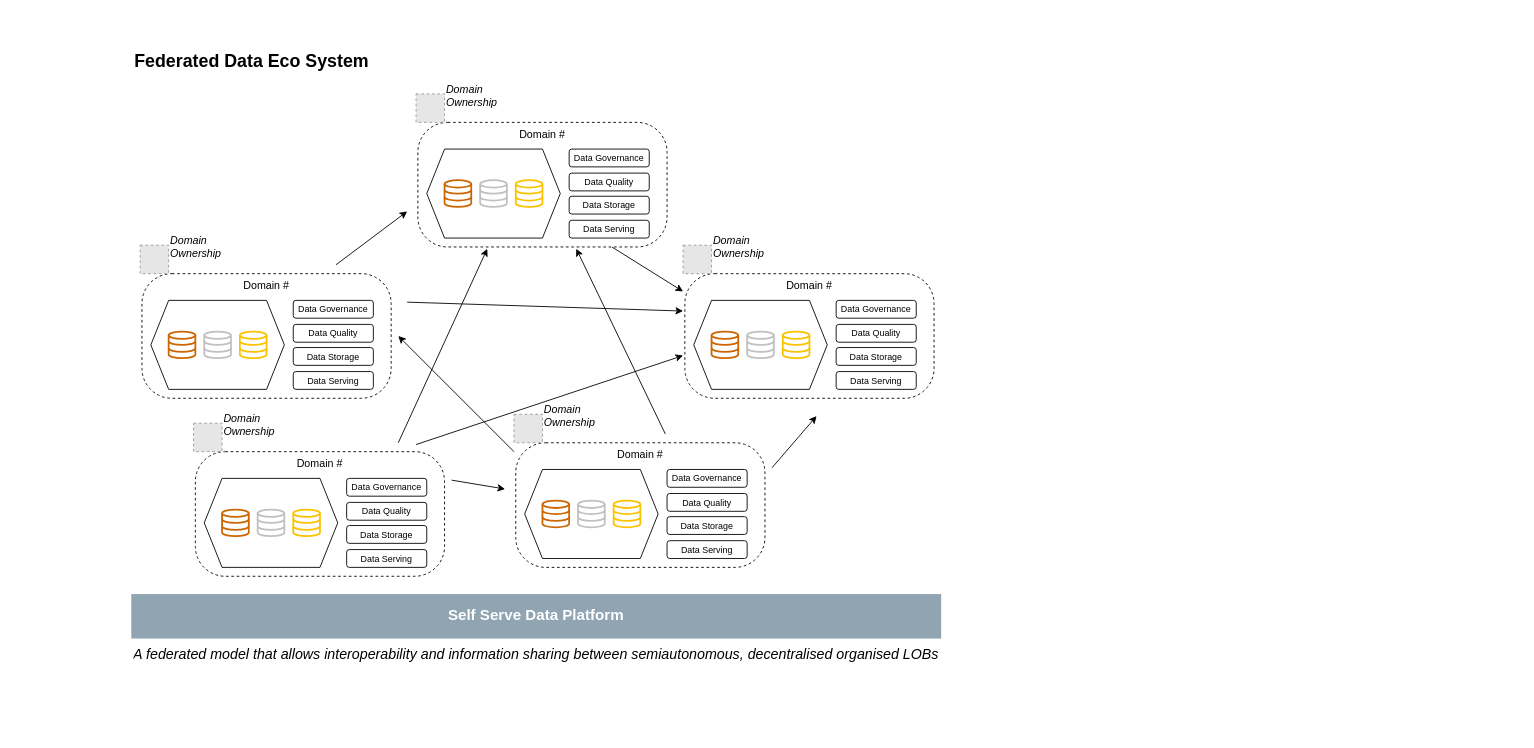
Earlier version of the draw.io diagram page "Federated Data" (2 of 5) of Databricks.drawio (juliandicker/drawio). Source tidied: cells renumbered, new cells numbered last; positions are measured from the earlier drawing's top-left corner, leaving out a move shared by most shapes. Both pictures are drawn from the tidied source at 89%, with x=0, y=0 at pixel (131, 42). Pictures stored in the file or linked from it are replaced by grey dashed boxes.
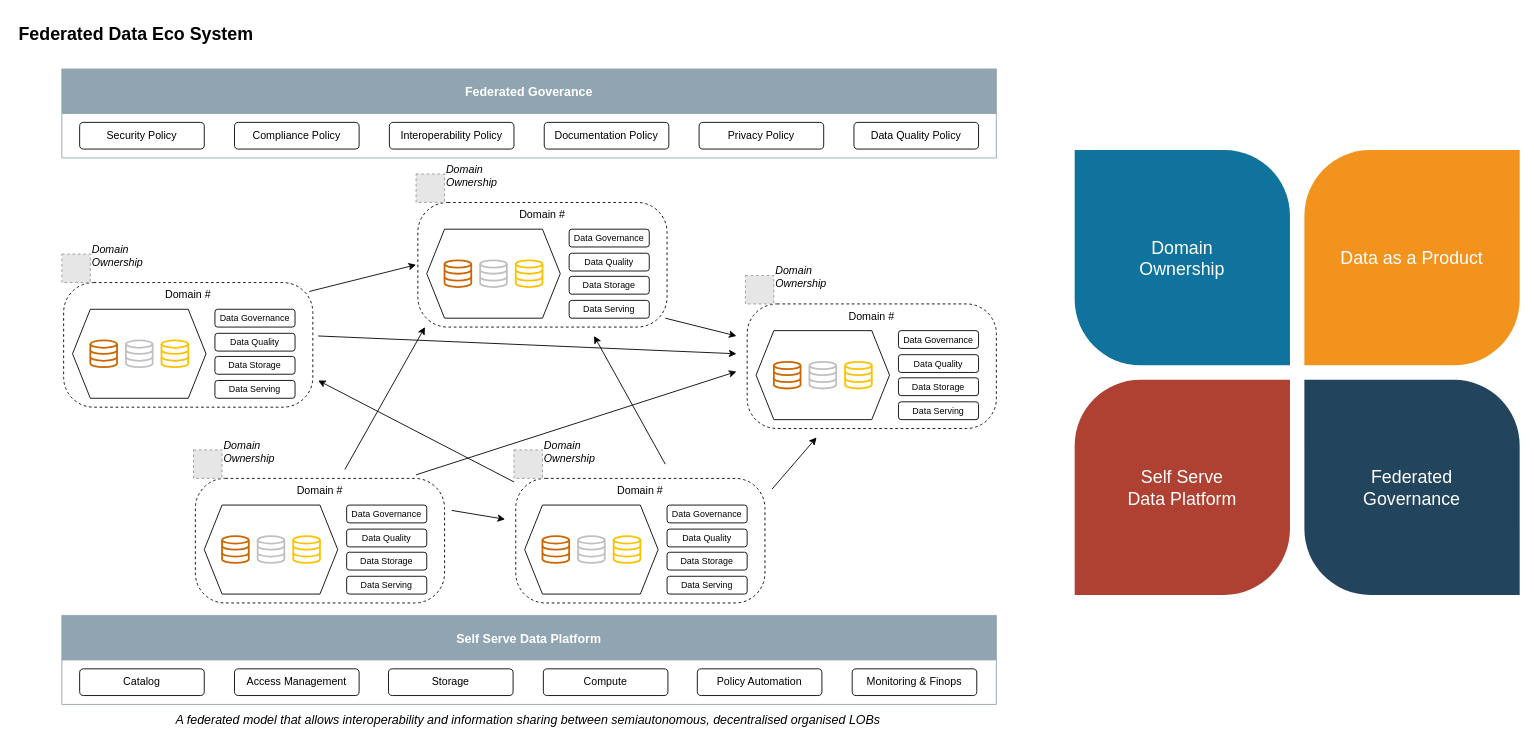
Above is the later version.

The edit, as a diff of the source:
```diff
@@
+    <mxCell id="74" style="group;fontSize=20;labelBackgroundColor=default;" parent="1" vertex="1">
+      <mxGeometry x="1060" y="121" width="500" height="500" as="geometry" />
+    </mxCell>
+    <mxCell id="75" value="Data as a Product" style="shape=mxgraph.basic.diag_round_rect;dx=37;html=1;fillColor=#F2931E;strokeColor=none;shadow=0;fontSize=20;fontColor=#FFFFFF;align=center;fontStyle=0;whiteSpace=wrap;strokeWidth=8;" parent="74" vertex="1">
+      <mxGeometry x="258.1" width="241.9" height="241.9" as="geometry" />
+    </mxCell>
+    <mxCell id="76" value="Federated&lt;br&gt;Governance" style="shape=mxgraph.basic.diag_round_rect;dx=37;flipV=1;html=1;fillColor=#23445D;strokeColor=none;shadow=0;fontSize=20;fontColor=#FFFFFF;align=center;fontStyle=0;whiteSpace=wrap;strokeWidth=8;" parent="74" vertex="1">
+      <mxGeometry x="258.1" y="258.1" width="241.9" height="241.9" as="geometry" />
+    </mxCell>
+    <mxCell id="77" value="Self Serve&lt;br&gt;Data Platform" style="shape=mxgraph.basic.diag_round_rect;dx=37;flipH=1;flipV=1;html=1;fillColor=#AE4132;strokeColor=none;shadow=0;fontSize=20;fontColor=#FFFFFF;align=center;fontStyle=0;whiteSpace=wrap;strokeWidth=8;" parent="74" vertex="1">
+      <mxGeometry y="258.1" width="241.9" height="241.9" as="geometry" />
+    </mxCell>
+    <mxCell id="78" value="Domain&lt;br&gt;Ownership" style="shape=mxgraph.basic.diag_round_rect;dx=37;flipH=1;html=1;fillColor=#10739E;strokeColor=none;shadow=0;fontSize=20;fontColor=#FFFFFF;align=center;fontStyle=0;whiteSpace=wrap;strokeWidth=8;" parent="74" vertex="1">
+      <mxGeometry width="241.9" height="241.9" as="geometry" />
+    </mxCell>
     <mxCell id="2" style="endArrow=classic;html=1;rounded=0;" parent="1" edge="1">
       <mxGeometry relative="1" as="geometry">
-        <mxPoint x="600" y="440" as="sourcePoint" />
-        <mxPoint x="500" y="232" as="targetPoint" />
+        <mxPoint x="600" y="474" as="sourcePoint" />
+        <mxPoint x="520" y="330" as="targetPoint" />
       </mxGeometry>
     </mxCell>
     <mxCell id="3" style="endArrow=classic;html=1;rounded=0;" parent="1" edge="1">
       <mxGeometry relative="1" as="geometry">
-        <mxPoint x="430" y="460" as="sourcePoint" />
-        <mxPoint x="300" y="330" as="targetPoint" />
+        <mxPoint x="430" y="494" as="sourcePoint" />
+        <mxPoint x="210" y="380" as="targetPoint" />
       </mxGeometry>
     </mxCell>
     <mxCell id="4" style="endArrow=classic;html=1;rounded=0;" parent="1" edge="1">
       <mxGeometry relative="1" as="geometry">
-        <mxPoint x="300" y="450" as="sourcePoint" />
-        <mxPoint x="400" y="232" as="targetPoint" />
+        <mxPoint x="240" y="480" as="sourcePoint" />
+        <mxPoint x="330" y="320" as="targetPoint" />
       </mxGeometry>
     </mxCell>
     <mxCell id="5" style="endArrow=classic;html=1;rounded=0;" parent="1" edge="1">
       <mxGeometry relative="1" as="geometry">
-        <mxPoint x="310" y="292" as="sourcePoint" />
-        <mxPoint x="620" y="302" as="targetPoint" />
+        <mxPoint x="210" y="330" as="sourcePoint" />
+        <mxPoint x="680" y="350" as="targetPoint" />
       </mxGeometry>
     </mxCell>
     <mxCell id="6" style="endArrow=classic;html=1;rounded=0;" parent="1" edge="1">
       <mxGeometry relative="1" as="geometry">
-        <mxPoint x="320" y="452" as="sourcePoint" />
-        <mxPoint x="620" y="352" as="targetPoint" />
+        <mxPoint x="320" y="486" as="sourcePoint" />
+        <mxPoint x="680" y="370" as="targetPoint" />
       </mxGeometry>
     </mxCell>
     <mxCell id="7" style="endArrow=classic;html=1;rounded=0;" parent="1" edge="1">
       <mxGeometry relative="1" as="geometry">
-        <mxPoint x="360" y="492" as="sourcePoint" />
-        <mxPoint x="420" y="502" as="targetPoint" />
+        <mxPoint x="360" y="526" as="sourcePoint" />
+        <mxPoint x="420" y="536" as="targetPoint" />
       </mxGeometry>
     </mxCell>
     <mxCell id="8" style="endArrow=classic;html=1;rounded=0;exitX=1;exitY=0;exitDx=0;exitDy=0;" parent="1" edge="1">
       <mxGeometry relative="1" as="geometry">
-        <mxPoint x="720" y="478" as="sourcePoint" />
-        <mxPoint x="770" y="420" as="targetPoint" />
+        <mxPoint x="720" y="502" as="sourcePoint" />
+        <mxPoint x="770" y="444" as="targetPoint" />
       </mxGeometry>
     </mxCell>
     <mxCell id="9" style="endArrow=classic;html=1;rounded=0;" parent="1" edge="1">
       <mxGeometry relative="1" as="geometry">
-        <mxPoint x="540" y="230" as="sourcePoint" />
-        <mxPoint x="620" y="280" as="targetPoint" />
+        <mxPoint x="600" y="310" as="sourcePoint" />
+        <mxPoint x="680" y="330" as="targetPoint" />
       </mxGeometry>
     </mxCell>
     <mxCell id="10" style="endArrow=classic;html=1;rounded=0;" parent="1" edge="1">
       <mxGeometry relative="1" as="geometry">
-        <mxPoint x="230" y="250" as="sourcePoint" />
-        <mxPoint x="310" y="190" as="targetPoint" />
+        <mxPoint x="200" y="280" as="sourcePoint" />
+        <mxPoint x="320" y="250" as="targetPoint" />
       </mxGeometry>
     </mxCell>
-    <mxCell id="11" value="Self Serve Data Platform" style="rounded=0;whiteSpace=wrap;html=1;fillColor=#90A5B1;fontColor=#FFFFFF;fontStyle=1;fontSize=17;strokeColor=none;" parent="1" vertex="1">
-      <mxGeometry y="620" width="910" height="50" as="geometry" />
-    </mxCell>
     <mxCell id="12" value="Federated Data Eco System" style="text;html=1;align=center;verticalAlign=middle;strokeColor=none;fillColor=none;fontStyle=1;fontSize=20;" parent="1" vertex="1">
-      <mxGeometry width="270" height="40" as="geometry" />
+      <mxGeometry x="-130" y="-30" width="270" height="40" as="geometry" />
     </mxCell>
-    <mxCell id="13" value="&lt;h1 style=&quot;margin-top: 0px;&quot;&gt;&lt;span style=&quot;line-height: 50%; font-weight: normal;&quot;&gt;&lt;font style=&quot;font-size: 16px;&quot;&gt;A federated model that allows interoperability and information sharing between semiautonomous, decentralised organised LOBs&lt;/font&gt;&lt;/span&gt;&lt;/h1&gt;" style="text;html=1;whiteSpace=wrap;overflow=hidden;rounded=0;fontStyle=2;fontSize=9;align=center;" parent="1" vertex="1">
-      <mxGeometry y="670" width="910" height="50" as="geometry" />
+    <mxCell id="13" value="&lt;h1 style=&quot;margin-top: 0px;&quot;&gt;&lt;span style=&quot;line-height: 50%; font-weight: normal;&quot;&gt;&lt;font style=&quot;font-size: 14px;&quot;&gt;A federated model that allows interoperability and information sharing between semiautonomous, decentralised organised LOBs&lt;/font&gt;&lt;/span&gt;&lt;/h1&gt;" style="text;html=1;whiteSpace=wrap;overflow=hidden;rounded=0;fontStyle=2;fontSize=9;align=center;" parent="1" vertex="1">
+      <mxGeometry x="-78" y="744" width="1048" height="30" as="geometry" />
     </mxCell>
     <mxCell id="14" style="group;" parent="1" vertex="1">
-      <mxGeometry x="320" y="40" width="282" height="190" as="geometry" />
+      <mxGeometry x="320" y="130" width="282" height="190" as="geometry" />
     </mxCell>
-    <mxCell id="15" value="Domain #" style="rounded=1;whiteSpace=wrap;html=1;dashed=1;arcSize=24;verticalAlign=top;" parent="14" vertex="1">
+    <mxCell id="15" value="Domain #" style="rounded=1;whiteSpace=wrap;html=1;dashed=1;arcSize=24;verticalAlign=top;fillColor=none;" parent="14" vertex="1">
       <mxGeometry x="2" y="50" width="280" height="140" as="geometry" />
     </mxCell>
-    <mxCell id="16" style="shape=hexagon;perimeter=hexagonPerimeter2;whiteSpace=wrap;html=1;fixedSize=1;verticalAlign=top;" parent="14" vertex="1">
+    <mxCell id="16" style="shape=hexagon;perimeter=hexagonPerimeter2;whiteSpace=wrap;html=1;fixedSize=1;verticalAlign=top;fillColor=none;" parent="14" vertex="1">
       <mxGeometry x="12" y="80" width="150" height="100" as="geometry" />
     </mxCell>
@@
-    <mxCell id="20" value="Data Governance" style="rounded=1;whiteSpace=wrap;html=1;fontSize=10;" parent="14" vertex="1">
+    <mxCell id="20" value="Data Governance" style="rounded=1;whiteSpace=wrap;html=1;fontSize=10;fillColor=none;" parent="14" vertex="1">
       <mxGeometry x="172" y="80" width="90" height="20" as="geometry" />
     </mxCell>
-    <mxCell id="21" value="Data Quality" style="rounded=1;whiteSpace=wrap;html=1;fontSize=10;" parent="14" vertex="1">
+    <mxCell id="21" value="Data Quality" style="rounded=1;whiteSpace=wrap;html=1;fontSize=10;fillColor=none;" parent="14" vertex="1">
       <mxGeometry x="172" y="107" width="90" height="20" as="geometry" />
     </mxCell>
-    <mxCell id="22" value="Data Storage" style="rounded=1;whiteSpace=wrap;html=1;fontSize=10;" parent="14" vertex="1">
+    <mxCell id="22" value="Data Storage" style="rounded=1;whiteSpace=wrap;html=1;fontSize=10;fillColor=none;" parent="14" vertex="1">
       <mxGeometry x="172" y="133" width="90" height="20" as="geometry" />
     </mxCell>
-    <mxCell id="23" value="Data Serving" style="rounded=1;whiteSpace=wrap;html=1;fontSize=10;" parent="14" vertex="1">
+    <mxCell id="23" value="Data Serving" style="rounded=1;whiteSpace=wrap;html=1;fontSize=10;fillColor=none;" parent="14" vertex="1">
       <mxGeometry x="172" y="160" width="90" height="20" as="geometry" />
     </mxCell>
@@
     <mxCell id="26" style="group;" parent="1" vertex="1">
-      <mxGeometry x="620" y="210" width="282" height="190" as="geometry" />
+      <mxGeometry x="690" y="244" width="282" height="325" as="geometry" />
     </mxCell>
-    <mxCell id="27" value="Domain #" style="rounded=1;whiteSpace=wrap;html=1;dashed=1;arcSize=24;verticalAlign=top;" parent="26" vertex="1">
+    <mxCell id="27" value="Domain #" style="rounded=1;whiteSpace=wrap;html=1;dashed=1;arcSize=24;verticalAlign=top;fillColor=none;" parent="26" vertex="1">
       <mxGeometry x="2" y="50" width="280" height="140" as="geometry" />
     </mxCell>
-    <mxCell id="28" style="shape=hexagon;perimeter=hexagonPerimeter2;whiteSpace=wrap;html=1;fixedSize=1;verticalAlign=top;" parent="26" vertex="1">
+    <mxCell id="28" style="shape=hexagon;perimeter=hexagonPerimeter2;whiteSpace=wrap;html=1;fixedSize=1;verticalAlign=top;fillColor=none;" parent="26" vertex="1">
       <mxGeometry x="12" y="80" width="150" height="100" as="geometry" />
     </mxCell>
@@
-    <mxCell id="32" value="Data Governance" style="rounded=1;whiteSpace=wrap;html=1;fontSize=10;" parent="26" vertex="1">
+    <mxCell id="32" value="Data Governance" style="rounded=1;whiteSpace=wrap;html=1;fontSize=10;fillColor=none;" parent="26" vertex="1">
       <mxGeometry x="172" y="80" width="90" height="20" as="geometry" />
     </mxCell>
@@
-    <mxCell id="34" value="Data Storage" style="rounded=1;whiteSpace=wrap;html=1;fontSize=10;" parent="26" vertex="1">
+    <mxCell id="34" value="Data Storage" style="rounded=1;whiteSpace=wrap;html=1;fontSize=10;fillColor=none;" parent="26" vertex="1">
       <mxGeometry x="172" y="133" width="90" height="20" as="geometry" />
     </mxCell>
-    <mxCell id="35" value="Data Serving" style="rounded=1;whiteSpace=wrap;html=1;fontSize=10;" parent="26" vertex="1">
+    <mxCell id="35" value="Data Serving" style="rounded=1;whiteSpace=wrap;html=1;fontSize=10;fillColor=none;" parent="26" vertex="1">
       <mxGeometry x="172" y="160" width="90" height="20" as="geometry" />
     </mxCell>
@@
     <mxCell id="38" style="group;" parent="1" vertex="1">
-      <mxGeometry x="10" y="210" width="282" height="190" as="geometry" />
+      <mxGeometry x="-78" y="220" width="282" height="190" as="geometry" />
     </mxCell>
-    <mxCell id="39" value="Domain #" style="rounded=1;whiteSpace=wrap;html=1;dashed=1;arcSize=24;verticalAlign=top;" parent="38" vertex="1">
+    <mxCell id="39" value="Domain #" style="rounded=1;whiteSpace=wrap;html=1;dashed=1;arcSize=24;verticalAlign=top;fillColor=none;" parent="38" vertex="1">
       <mxGeometry x="2" y="50" width="280" height="140" as="geometry" />
     </mxCell>
-    <mxCell id="40" style="shape=hexagon;perimeter=hexagonPerimeter2;whiteSpace=wrap;html=1;fixedSize=1;verticalAlign=top;" parent="38" vertex="1">
+    <mxCell id="40" style="shape=hexagon;perimeter=hexagonPerimeter2;whiteSpace=wrap;html=1;fixedSize=1;verticalAlign=top;fillColor=none;" parent="38" vertex="1">
       <mxGeometry x="12" y="80" width="150" height="100" as="geometry" />
     </mxCell>
@@
-    <mxCell id="44" value="Data Governance" style="rounded=1;whiteSpace=wrap;html=1;fontSize=10;" parent="38" vertex="1">
+    <mxCell id="44" value="Data Governance" style="rounded=1;whiteSpace=wrap;html=1;fontSize=10;fillColor=none;" parent="38" vertex="1">
       <mxGeometry x="172" y="80" width="90" height="20" as="geometry" />
     </mxCell>
-    <mxCell id="45" value="Data Quality" style="rounded=1;whiteSpace=wrap;html=1;fontSize=10;" parent="38" vertex="1">
+    <mxCell id="45" value="Data Quality" style="rounded=1;whiteSpace=wrap;html=1;fontSize=10;fillColor=none;" parent="38" vertex="1">
       <mxGeometry x="172" y="107" width="90" height="20" as="geometry" />
     </mxCell>
-    <mxCell id="46" value="Data Storage" style="rounded=1;whiteSpace=wrap;html=1;fontSize=10;" parent="38" vertex="1">
+    <mxCell id="46" value="Data Storage" style="rounded=1;whiteSpace=wrap;html=1;fontSize=10;fillColor=none;" parent="38" vertex="1">
       <mxGeometry x="172" y="133" width="90" height="20" as="geometry" />
     </mxCell>
-    <mxCell id="47" value="Data Serving" style="rounded=1;whiteSpace=wrap;html=1;fontSize=10;" parent="38" vertex="1">
+    <mxCell id="47" value="Data Serving" style="rounded=1;whiteSpace=wrap;html=1;fontSize=10;fillColor=none;" parent="38" vertex="1">
       <mxGeometry x="172" y="160" width="90" height="20" as="geometry" />
     </mxCell>
@@
     <mxCell id="50" style="group;" parent="1" vertex="1">
-      <mxGeometry x="70" y="410" width="282" height="190" as="geometry" />
+      <mxGeometry x="70" y="440" width="282" height="190" as="geometry" />
     </mxCell>
-    <mxCell id="51" value="Domain #" style="rounded=1;whiteSpace=wrap;html=1;dashed=1;arcSize=24;verticalAlign=top;" parent="50" vertex="1">
+    <mxCell id="51" value="Domain #" style="rounded=1;whiteSpace=wrap;html=1;dashed=1;arcSize=24;verticalAlign=top;fillColor=none;" parent="50" vertex="1">
       <mxGeometry x="2" y="50" width="280" height="140" as="geometry" />
     </mxCell>
-    <mxCell id="52" style="shape=hexagon;perimeter=hexagonPerimeter2;whiteSpace=wrap;html=1;fixedSize=1;verticalAlign=top;" parent="50" vertex="1">
+    <mxCell id="52" style="shape=hexagon;perimeter=hexagonPerimeter2;whiteSpace=wrap;html=1;fixedSize=1;verticalAlign=top;fillColor=none;" parent="50" vertex="1">
       <mxGeometry x="12" y="80" width="150" height="100" as="geometry" />
     </mxCell>
@@
-    <mxCell id="56" value="Data Governance" style="rounded=1;whiteSpace=wrap;html=1;fontSize=10;" parent="50" vertex="1">
+    <mxCell id="56" value="Data Governance" style="rounded=1;whiteSpace=wrap;html=1;fontSize=10;fillColor=none;" parent="50" vertex="1">
       <mxGeometry x="172" y="80" width="90" height="20" as="geometry" />
     </mxCell>
-    <mxCell id="57" value="Data Quality" style="rounded=1;whiteSpace=wrap;html=1;fontSize=10;" parent="50" vertex="1">
+    <mxCell id="57" value="Data Quality" style="rounded=1;whiteSpace=wrap;html=1;fontSize=10;fillColor=none;" parent="50" vertex="1">
       <mxGeometry x="172" y="107" width="90" height="20" as="geometry" />
     </mxCell>
-    <mxCell id="58" value="Data Storage" style="rounded=1;whiteSpace=wrap;html=1;fontSize=10;" parent="50" vertex="1">
+    <mxCell id="58" value="Data Storage" style="rounded=1;whiteSpace=wrap;html=1;fontSize=10;fillColor=none;" parent="50" vertex="1">
       <mxGeometry x="172" y="133" width="90" height="20" as="geometry" />
     </mxCell>
-    <mxCell id="59" value="Data Serving" style="rounded=1;whiteSpace=wrap;html=1;fontSize=10;" parent="50" vertex="1">
+    <mxCell id="59" value="Data Serving" style="rounded=1;whiteSpace=wrap;html=1;fontSize=10;fillColor=none;" parent="50" vertex="1">
       <mxGeometry x="172" y="160" width="90" height="20" as="geometry" />
     </mxCell>
@@
     <mxCell id="62" style="group;" parent="1" vertex="1">
-      <mxGeometry x="430" y="400" width="282" height="190" as="geometry" />
+      <mxGeometry x="430" y="440" width="282" height="190" as="geometry" />
     </mxCell>
-    <mxCell id="63" value="Domain #" style="rounded=1;whiteSpace=wrap;html=1;dashed=1;arcSize=24;verticalAlign=top;" parent="62" vertex="1">
+    <mxCell id="63" value="Domain #" style="rounded=1;whiteSpace=wrap;html=1;dashed=1;arcSize=24;verticalAlign=top;fillColor=none;" parent="62" vertex="1">
       <mxGeometry x="2" y="50" width="280" height="140" as="geometry" />
     </mxCell>
-    <mxCell id="64" style="shape=hexagon;perimeter=hexagonPerimeter2;whiteSpace=wrap;html=1;fixedSize=1;verticalAlign=top;" parent="62" vertex="1">
+    <mxCell id="64" style="shape=hexagon;perimeter=hexagonPerimeter2;whiteSpace=wrap;html=1;fixedSize=1;verticalAlign=top;fillColor=none;" parent="62" vertex="1">
       <mxGeometry x="12" y="80" width="150" height="100" as="geometry" />
     </mxCell>
@@
-    <mxCell id="68" value="Data Governance" style="rounded=1;whiteSpace=wrap;html=1;fontSize=10;" parent="62" vertex="1">
+    <mxCell id="68" value="Data Governance" style="rounded=1;whiteSpace=wrap;html=1;fontSize=10;fillColor=none;" parent="62" vertex="1">
       <mxGeometry x="172" y="80" width="90" height="20" as="geometry" />
     </mxCell>
-    <mxCell id="69" value="Data Quality" style="rounded=1;whiteSpace=wrap;html=1;fontSize=10;" parent="62" vertex="1">
+    <mxCell id="69" value="Data Quality" style="rounded=1;whiteSpace=wrap;html=1;fontSize=10;fillColor=none;" parent="62" vertex="1">
       <mxGeometry x="172" y="107" width="90" height="20" as="geometry" />
     </mxCell>
-    <mxCell id="70" value="Data Storage" style="rounded=1;whiteSpace=wrap;html=1;fontSize=10;" parent="62" vertex="1">
+    <mxCell id="70" value="Data Storage" style="rounded=1;whiteSpace=wrap;html=1;fontSize=10;fillColor=none;" parent="62" vertex="1">
       <mxGeometry x="172" y="133" width="90" height="20" as="geometry" />
     </mxCell>
-    <mxCell id="71" value="Data Serving" style="rounded=1;whiteSpace=wrap;html=1;fontSize=10;" parent="62" vertex="1">
+    <mxCell id="71" value="Data Serving" style="rounded=1;whiteSpace=wrap;html=1;fontSize=10;fillColor=none;" parent="62" vertex="1">
       <mxGeometry x="172" y="160" width="90" height="20" as="geometry" />
     </mxCell>
@@
+    <mxCell id="79" value="Self Serve Data Platform" style="swimlane;fillColor=#90A5B1;fontColor=#ffffff;strokeColor=#90A5B1;fontSize=14;startSize=50;fontStyle=1;gradientColor=none;swimlaneFillColor=none;fillStyle=auto;" parent="1" vertex="1">
+      <mxGeometry x="-78" y="644" width="1050" height="100" as="geometry" />
+    </mxCell>
+    <mxCell id="80" value="Catalog" style="rounded=1;whiteSpace=wrap;html=1;" parent="79" vertex="1">
+      <mxGeometry x="20" y="60" width="140" height="30" as="geometry" />
+    </mxCell>
+    <mxCell id="81" value="Access Management" style="rounded=1;whiteSpace=wrap;html=1;" parent="79" vertex="1">
+      <mxGeometry x="194" y="60" width="140" height="30" as="geometry" />
+    </mxCell>
+    <mxCell id="82" value="Storage" style="rounded=1;whiteSpace=wrap;html=1;" parent="79" vertex="1">
+      <mxGeometry x="367" y="60" width="140" height="30" as="geometry" />
+    </mxCell>
+    <mxCell id="83" value="Compute" style="rounded=1;whiteSpace=wrap;html=1;" parent="79" vertex="1">
+      <mxGeometry x="541" y="60" width="140" height="30" as="geometry" />
+    </mxCell>
+    <mxCell id="84" value="Policy Automation" style="rounded=1;whiteSpace=wrap;html=1;" parent="79" vertex="1">
+      <mxGeometry x="714" y="60" width="140" height="30" as="geometry" />
+    </mxCell>
+    <mxCell id="85" value="Monitoring &amp;amp; Finops" style="rounded=1;whiteSpace=wrap;html=1;" parent="79" vertex="1">
+      <mxGeometry x="888" y="60" width="140" height="30" as="geometry" />
+    </mxCell>
+    <mxCell id="86" value="Federated Goverance" style="swimlane;fillColor=#90A5B1;fontColor=#ffffff;strokeColor=#90A5B1;fontSize=14;startSize=50;fontStyle=1;gradientColor=none;swimlaneFillColor=none;fillStyle=auto;" parent="1" vertex="1">
+      <mxGeometry x="-78" y="30" width="1050" height="100" as="geometry" />
+    </mxCell>
+    <mxCell id="87" value="Security Policy" style="rounded=1;whiteSpace=wrap;html=1;" parent="86" vertex="1">
+      <mxGeometry x="20" y="60" width="140" height="30" as="geometry" />
+    </mxCell>
+    <mxCell id="88" value="Compliance Policy" style="rounded=1;whiteSpace=wrap;html=1;" parent="86" vertex="1">
+      <mxGeometry x="194" y="60" width="140" height="30" as="geometry" />
+    </mxCell>
+    <mxCell id="89" value="Interoperability Policy" style="rounded=1;whiteSpace=wrap;html=1;" parent="86" vertex="1">
+      <mxGeometry x="368" y="60" width="140" height="30" as="geometry" />
+    </mxCell>
+    <mxCell id="90" value="Documentation Policy" style="rounded=1;whiteSpace=wrap;html=1;" parent="86" vertex="1">
+      <mxGeometry x="542" y="60" width="140" height="30" as="geometry" />
+    </mxCell>
+    <mxCell id="91" value="Privacy Policy" style="rounded=1;whiteSpace=wrap;html=1;" parent="86" vertex="1">
+      <mxGeometry x="716" y="60" width="140" height="30" as="geometry" />
+    </mxCell>
+    <mxCell id="92" value="Data Quality Policy" style="rounded=1;whiteSpace=wrap;html=1;" parent="86" vertex="1">
+      <mxGeometry x="890" y="60" width="140" height="30" as="geometry" />
+    </mxCell>
```
